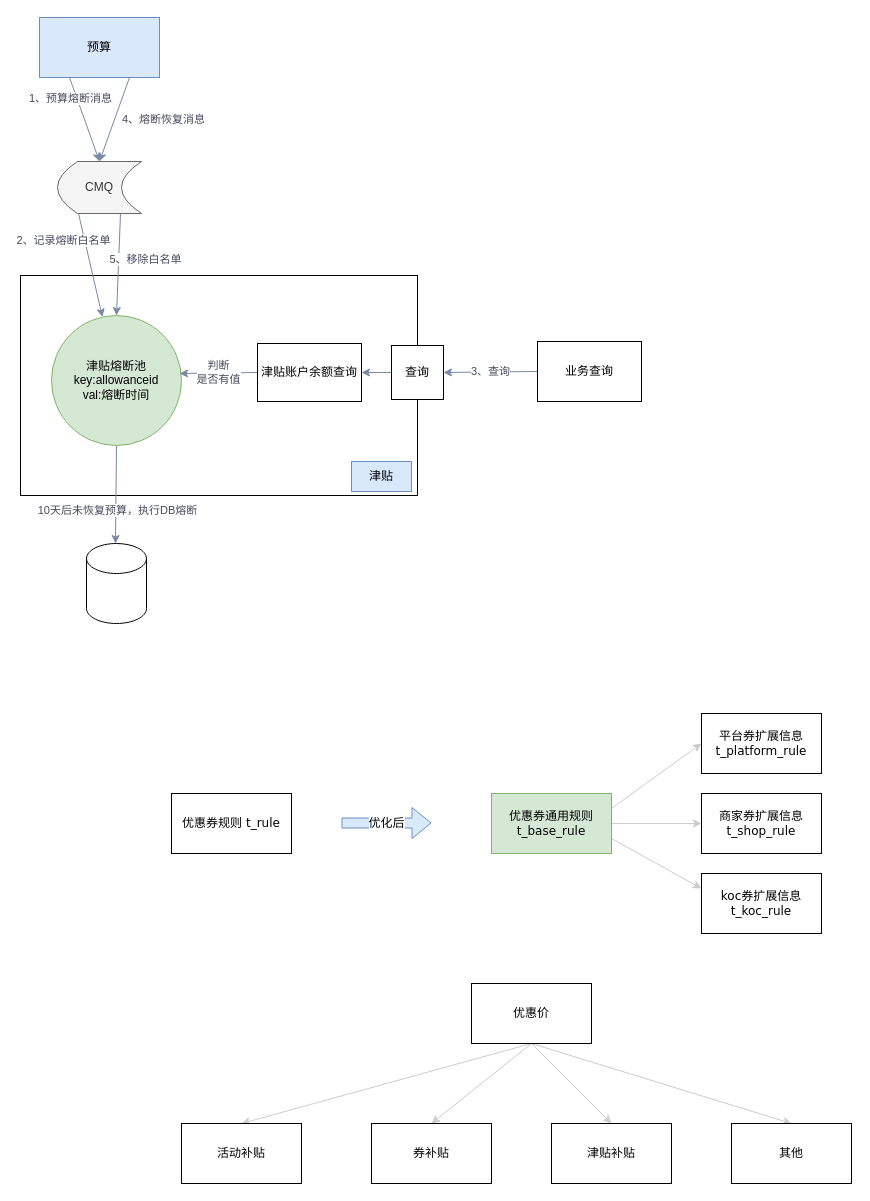
Above: page "Page-30" (21 of 31) of Untitled Diagram.drawio in zengcrvip/basedemo (draw.io), before the change. Source tidied: cells renumbered, new cells numbered last; positions are measured from the earlier drawing's top-left corner, leaving out a move shared by most shapes. Both pictures are drawn from the tidied source at 100%, with x=0, y=0 at pixel (20, 17).
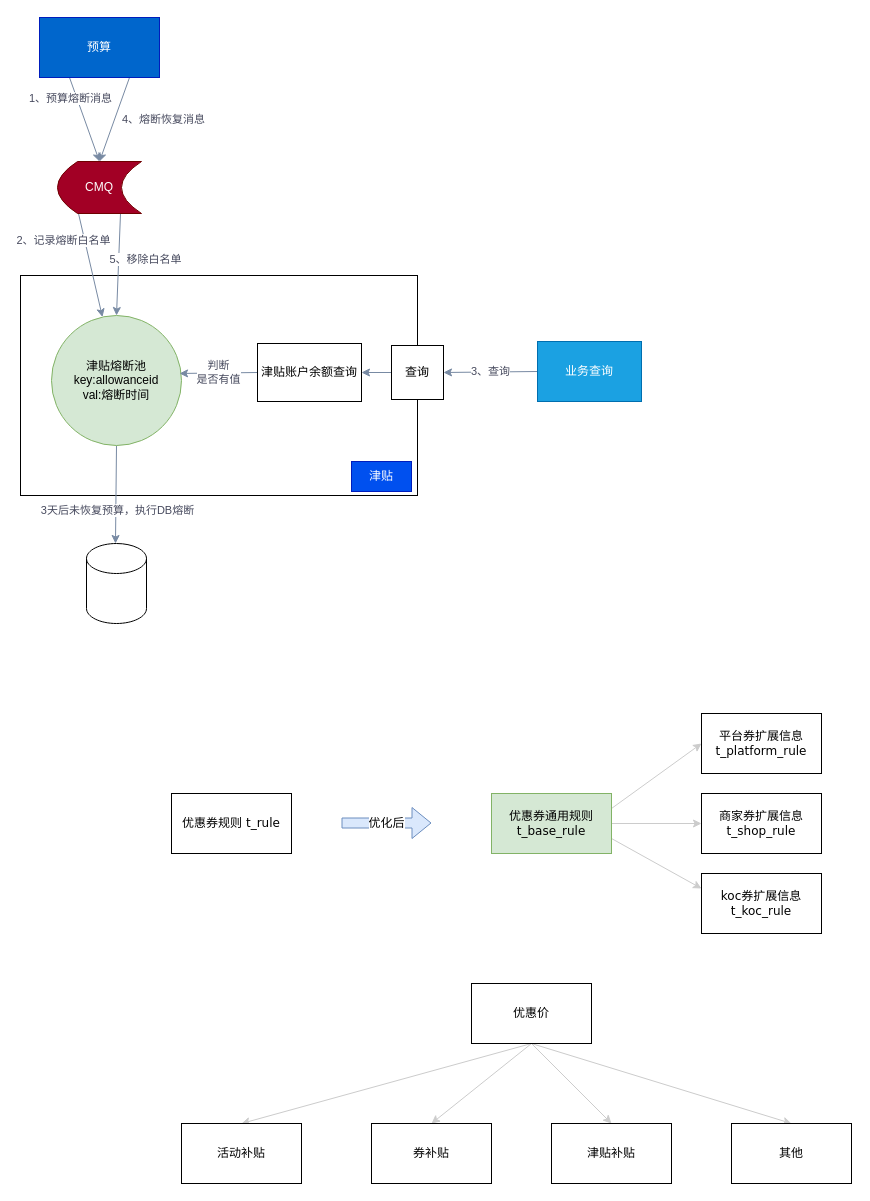
Above is the later version.

The change refers to these unchanged cells:
```xml
<mxCell id="11" style="edgeStyle=none;rounded=1;sketch=0;jettySize=auto;html=1;exitX=0.5;exitY=1;exitDx=0;exitDy=0;fontColor=#46495D;strokeColor=#788AA3;strokeWidth=1;fillColor=#B2C9AB;" parent="1" edge="1" source="13">
  <mxGeometry relative="1" as="geometry">
    <mxPoint x="95" y="526" as="targetPoint" />
  </mxGeometry>
</mxCell>
```

What changed in the source:
```diff
@@
-    <mxCell id="10" value="预算" style="rounded=0;whiteSpace=wrap;html=1;sketch=0;fillColor=#dae8fc;strokeColor=#6c8ebf;" parent="1" vertex="1">
+    <mxCell id="10" value="预算" style="rounded=0;whiteSpace=wrap;html=1;sketch=0;fillColor=#0066CC;strokeColor=#001DBC;fontColor=#ffffff;" parent="1" vertex="1">
       <mxGeometry x="19" width="120" height="60" as="geometry" />
     </mxCell>
@@
-    <mxCell id="12" value="10天后未恢复预算，执行DB熔断" style="edgeLabel;html=1;align=center;verticalAlign=middle;fontColor=#46495D;" parent="11" vertex="1">
+    <mxCell id="12" value="3天后未恢复预算，执行DB熔断" style="edgeLabel;html=1;align=center;verticalAlign=middle;fontColor=#46495D;" parent="11" vertex="1">
       <mxGeometry x="0.31" y="1" relative="1" as="geometry" />
     </mxCell>
@@
-    <mxCell id="21" value="业务查询" style="rounded=0;whiteSpace=wrap;html=1;sketch=0;" parent="1" vertex="1">
+    <mxCell id="21" value="业务查询" style="rounded=0;whiteSpace=wrap;html=1;sketch=0;fillColor=#1ba1e2;fontColor=#ffffff;strokeColor=#006EAF;" parent="1" vertex="1">
       <mxGeometry x="517" y="324" width="104" height="60" as="geometry" />
     </mxCell>
@@
-    <mxCell id="30" value="津贴" style="text;html=1;strokeColor=#6c8ebf;fillColor=#dae8fc;align=center;verticalAlign=middle;whiteSpace=wrap;rounded=0;sketch=0;" parent="1" vertex="1">
+    <mxCell id="30" value="津贴" style="text;html=1;strokeColor=#001DBC;fillColor=#0050ef;align=center;verticalAlign=middle;whiteSpace=wrap;rounded=0;sketch=0;fontColor=#ffffff;" parent="1" vertex="1">
       <mxGeometry x="331" y="444" width="60" height="30" as="geometry" />
     </mxCell>
-    <mxCell id="31" value="CMQ" style="shape=dataStorage;whiteSpace=wrap;html=1;fixedSize=1;rounded=0;sketch=0;strokeColor=#666666;fillColor=#f5f5f5;fontColor=#333333;" parent="1" vertex="1">
+    <mxCell id="31" value="CMQ" style="shape=dataStorage;whiteSpace=wrap;html=1;fixedSize=1;rounded=0;sketch=0;strokeColor=#6F0000;fillColor=#a20025;fontColor=#ffffff;" parent="1" vertex="1">
       <mxGeometry x="37" y="144" width="84" height="52" as="geometry" />
     </mxCell>
```
